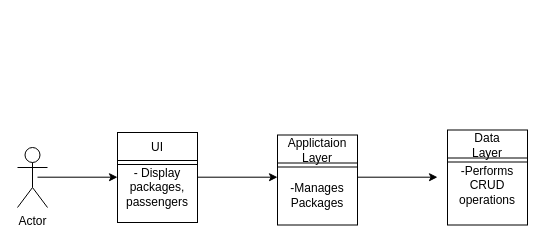
harshithansraj/travelagency keeps this draw.io diagram as Untitled Diagram.drawio. Above is the earlier version. Source tidied: cells renumbered, new cells numbered last; positions are measured from the earlier drawing's top-left corner, leaving out a move shared by most shapes. Both pictures are drawn from the tidied source at 100%, with x=0, y=0 at pixel (17, 129).
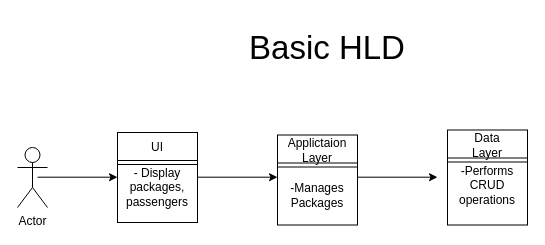
Above is the later version.

What changed in the source:
```diff
@@
+    <mxCell id="18" value="Basic HLD" style="text;strokeColor=none;align=center;fillColor=none;html=1;verticalAlign=middle;whiteSpace=wrap;rounded=0;fontSize=33;" parent="1" vertex="1">
+      <mxGeometry x="200" y="-112" width="220" height="60" as="geometry" />
+    </mxCell>
```
